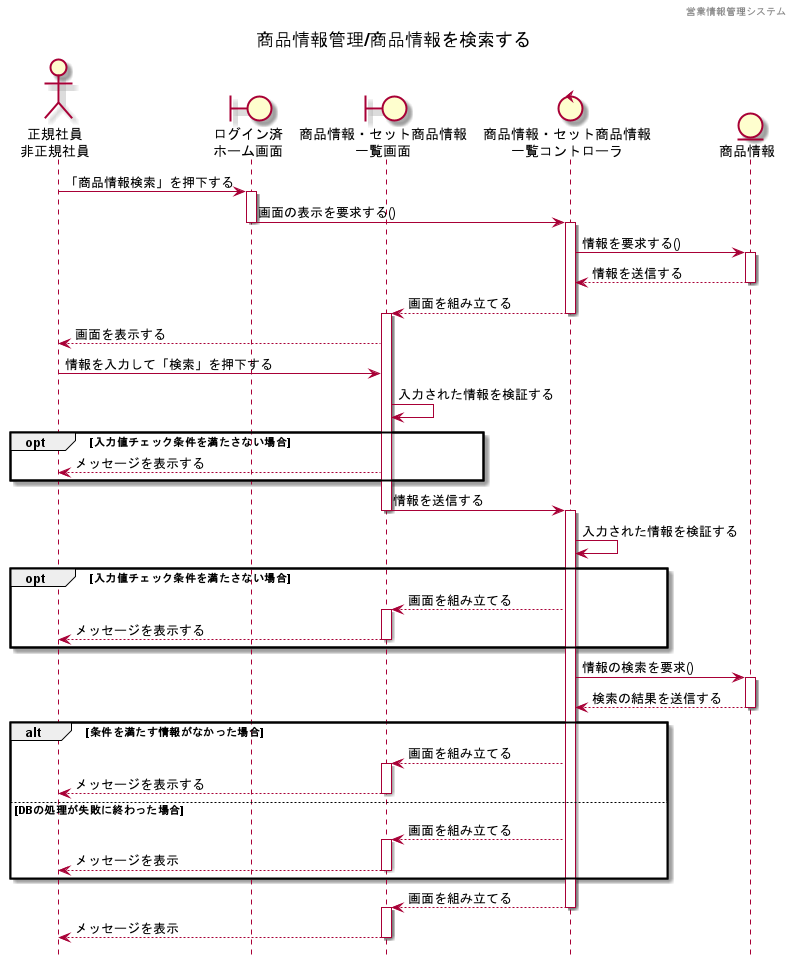
Earlier version of the PlantUML export 各種設計書/4シーケンス図/images/検索機能/商品情報検索.png (HaruShim/Sotuken). The source it was exported from:
```plantuml
@startuml ../../images/検索機能/商品情報検索

hide footbox
header 営業情報管理システム
title 商品情報管理/商品情報を検索する

actor "正規社員\n非正規社員" as a1

boundary "ログイン済\nホーム画面" as b1
boundary "商品情報・セット商品情報\n一覧画面" as b2

control "商品情報・セット商品情報\n一覧コントローラ" as c1

entity "商品情報" as e1

a1 -> b1 : 「商品情報検索」を押下する
activate b1
b1 -> c1 : 画面の表示を要求する()
deactivate b1
activate c1
c1 -> e1 : 情報を要求する()
activate e1
e1 --> c1 : 情報を送信する
deactivate e1
c1 --> b2 : 画面を組み立てる
deactivate c1
activate b2
b2 --> a1 : 画面を表示する
a1 -> b2 : 情報を入力して「検索」を押下する
b2 -> b2 : 入力された情報を検証する
opt 入力値チェック条件を満たさない場合
b2 --> a1 : メッセージを表示する
end
b2 -> c1 : 情報を送信する
deactivate b2
activate c1
c1 -> c1 : 入力された情報を検証する
opt 入力値チェック条件を満たさない場合
c1 --> b2 : 画面を組み立てる
activate b2
b2 --> a1 : メッセージを表示する
deactivate b2
end
c1 -> e1 : 情報の検索を要求()
activate e1
e1 --> c1 : 検索の結果を送信する
deactivate e1
alt 条件を満たす情報がなかった場合
c1 --> b2 : 画面を組み立てる
activate b2
b2 --> a1 : メッセージを表示する
deactivate b2
else DBの処理が失敗に終わった場合
c1 --> b2 : 画面を組み立てる
activate b2
b2 --> a1 : メッセージを表示
deactivate b2
end
c1 --> b2 : 画面を組み立てる
deactivate c1
activate b2
b2 --> a1 : メッセージを表示
deactivate b2


@enduml
```
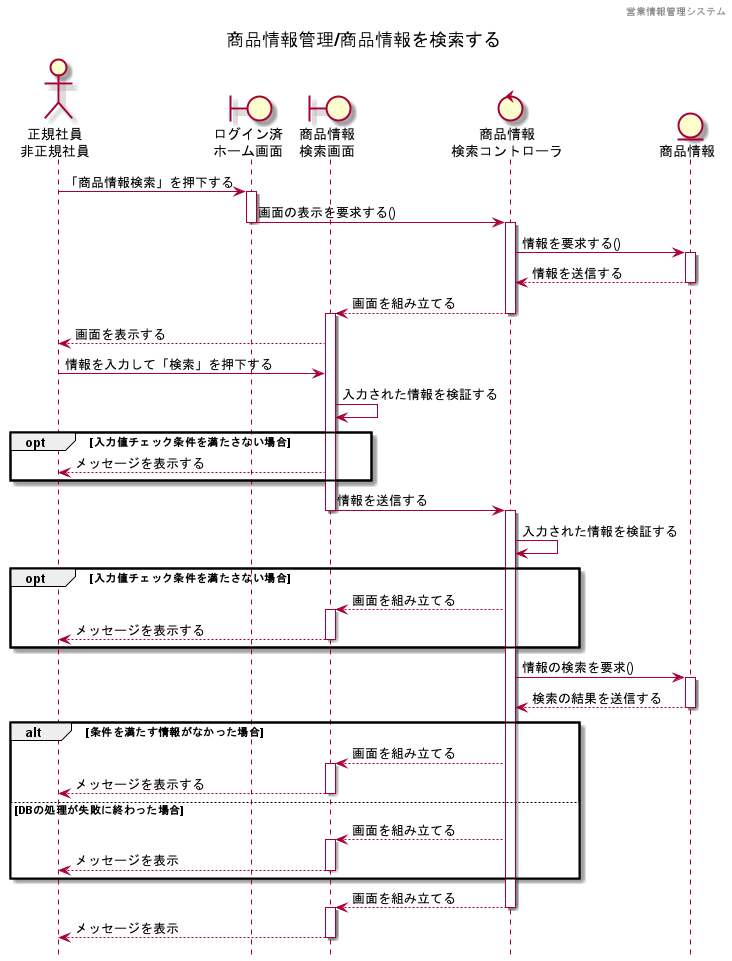
After the change.

What changed in the source:
```diff
@@ -7,9 +7,9 @@
 actor "正規社員\n非正規社員" as a1
 
 boundary "ログイン済\nホーム画面" as b1
-boundary "商品情報・セット商品情報\n一覧画面" as b2
+boundary "商品情報\n検索画面" as b2
 
-control "商品情報・セット商品情報\n一覧コントローラ" as c1
+control "商品情報\n検索コントローラ" as c1
 
 entity "商品情報" as e1
 
```
